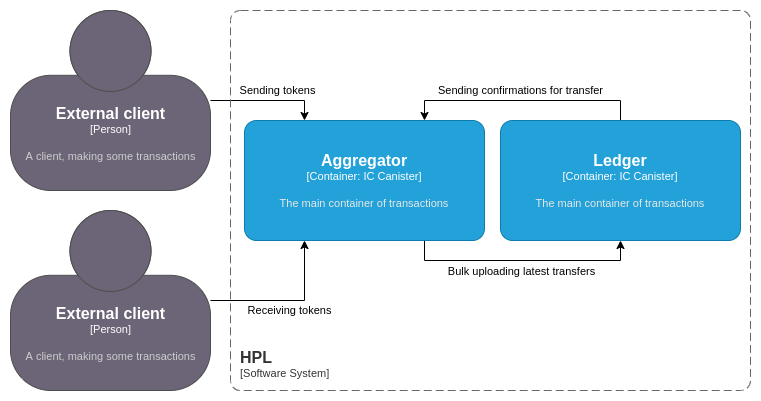
Above: .github/assets/container.drawio.png in research-ag/hpl (draw.io), before the change. Source tidied: cells renumbered, new cells last; positions are measured from the earlier drawing's top-left corner, leaving out a move shared by most shapes. Its diagram source:
```xml
<mxGraphModel>
  <root>
    <mxCell id="0" />
    <mxCell id="1" parent="0" />
    <mxCell id="2" value="Sending tokens" style="edgeStyle=orthogonalEdgeStyle;rounded=0;jettySize=auto;html=1;entryX=0.25;entryY=0;entryDx=0;entryDy=0;entryPerimeter=0;" parent="1" edge="1" source="3" target="11">
      <mxGeometry x="0.17" y="10" relative="1" as="geometry" />
    </mxCell>
    <object id="3" label="&lt;font style=&quot;font-size: 16px&quot;&gt;&lt;b&gt;%c4Name%&lt;/b&gt;&lt;/font&gt;&lt;div&gt;[%c4Type%]&lt;/div&gt;&lt;br&gt;&lt;div&gt;&lt;font style=&quot;font-size: 11px&quot;&gt;&lt;font color=&quot;#cccccc&quot;&gt;%c4Description%&lt;/font&gt;&lt;/div&gt;" c4Description="A client, making some transactions" c4Name="External client" c4Type="Person" placeholders="1">
      <mxCell style="html=1;fontSize=11;dashed=0;whitespace=wrap;fillColor=#6C6477;strokeColor=#4D4D4D;fontColor=#ffffff;shape=mxgraph.c4.person2;align=center;points=[[0.5,0,0],[1,0.5,0],[1,0.75,0],[0.75,1,0],[0.5,1,0],[0.25,1,0],[0,0.75,0],[0,0.5,0]];" parent="1" vertex="1">
        <mxGeometry width="200" height="180" as="geometry" />
      </mxCell>
    </object>
    <mxCell id="4" value="Receiving tokens" style="edgeStyle=orthogonalEdgeStyle;rounded=0;jettySize=auto;html=1;entryX=0.25;entryY=1;entryDx=0;entryDy=0;entryPerimeter=0;" parent="1" edge="1" source="5" target="11">
      <mxGeometry x="0.03" y="-10" relative="1" as="geometry" />
    </mxCell>
    <object id="5" label="&lt;font style=&quot;font-size: 16px&quot;&gt;&lt;b&gt;%c4Name%&lt;/b&gt;&lt;/font&gt;&lt;div&gt;[%c4Type%]&lt;/div&gt;&lt;br&gt;&lt;div&gt;&lt;font style=&quot;font-size: 11px&quot;&gt;&lt;font color=&quot;#cccccc&quot;&gt;%c4Description%&lt;/font&gt;&lt;/div&gt;" c4Description="A client, making some transactions" c4Name="External client" c4Type="Person" placeholders="1">
      <mxCell style="html=1;fontSize=11;dashed=0;whitespace=wrap;fillColor=#6C6477;strokeColor=#4D4D4D;fontColor=#ffffff;shape=mxgraph.c4.person2;align=center;points=[[0.5,0,0],[1,0.5,0],[1,0.75,0],[0.75,1,0],[0.5,1,0],[0.25,1,0],[0,0.75,0],[0,0.5,0]];" parent="1" vertex="1">
        <mxGeometry y="200" width="200" height="180" as="geometry" />
      </mxCell>
    </object>
    <object id="6" label="&lt;font style=&quot;font-size: 16px&quot;&gt;&lt;b&gt;&lt;div style=&quot;text-align: left&quot;&gt;%c4Name%&lt;/div&gt;&lt;/b&gt;&lt;/font&gt;&lt;div style=&quot;text-align: left&quot;&gt;[%c4Application%]&lt;/div&gt;" c4Application="Software System" c4Name="HPL" c4Type="SystemScopeBoundary" placeholders="1">
      <mxCell style="rounded=1;fontSize=11;whiteSpace=wrap;html=1;dashed=1;arcSize=20;fillColor=none;strokeColor=#666666;fontColor=#333333;labelBackgroundColor=none;align=left;verticalAlign=bottom;labelBorderColor=none;spacingTop=0;spacing=10;dashPattern=8 4;perimeter=rectanglePerimeter;noLabel=0;labelPadding=0;absoluteArcSize=1;" parent="1" vertex="1">
        <mxGeometry x="220" width="520" height="380" as="geometry" />
      </mxCell>
    </object>
    <mxCell id="7" value="Sending confirmations for transfer" style="edgeStyle=orthogonalEdgeStyle;rounded=0;jettySize=auto;html=1;entryX=0.75;entryY=0;entryDx=0;entryDy=0;entryPerimeter=0;exitX=0.5;exitY=0;exitDx=0;exitDy=0;exitPerimeter=0;" parent="1" edge="1" source="8" target="11">
      <mxGeometry x="0.02" y="-10" relative="1" as="geometry" />
    </mxCell>
    <object id="8" label="&lt;font style=&quot;font-size: 16px&quot;&gt;&lt;b&gt;%c4Name%&lt;/b&gt;&lt;/font&gt;&lt;div&gt;[%c4Type%: %c4Technology%]&lt;/div&gt;&lt;br&gt;&lt;div&gt;&lt;font style=&quot;font-size: 11px&quot;&gt;&lt;font color=&quot;#E6E6E6&quot;&gt;%c4Description%&lt;/font&gt;&lt;/div&gt;" c4Description="The main container of transactions" c4Name="Ledger" c4Technology="IC Canister" c4Type="Container" placeholders="1">
      <mxCell style="rounded=1;whiteSpace=wrap;html=1;fontSize=11;labelBackgroundColor=none;fillColor=#23A2D9;fontColor=#ffffff;align=center;arcSize=10;strokeColor=#0E7DAD;points=[[0.25,0,0],[0.5,0,0],[0.75,0,0],[1,0.25,0],[1,0.5,0],[1,0.75,0],[0.75,1,0],[0.5,1,0],[0.25,1,0],[0,0.75,0],[0,0.5,0],[0,0.25,0]];" parent="1" vertex="1">
        <mxGeometry x="490" y="110" width="240" height="120" as="geometry" />
      </mxCell>
    </object>
    <mxCell id="9" style="edgeStyle=orthogonalEdgeStyle;rounded=0;jettySize=auto;html=1;entryX=0.5;entryY=1;entryDx=0;entryDy=0;entryPerimeter=0;exitX=0.75;exitY=1;exitDx=0;exitDy=0;exitPerimeter=0;" parent="1" edge="1" source="11" target="8">
      <mxGeometry relative="1" as="geometry" />
    </mxCell>
    <mxCell id="10" value="Bulk uploading latest transfers" style="edgeLabel;html=1;align=center;verticalAlign=middle;" parent="9" vertex="1">
      <mxGeometry x="-0.08" y="-3" relative="1" as="geometry">
        <mxPoint x="8" y="7" as="offset" />
      </mxGeometry>
    </mxCell>
    <object id="11" label="&lt;font style=&quot;font-size: 16px&quot;&gt;&lt;b&gt;%c4Name%&lt;/b&gt;&lt;/font&gt;&lt;div&gt;[%c4Type%: %c4Technology%]&lt;/div&gt;&lt;br&gt;&lt;div&gt;&lt;font style=&quot;font-size: 11px&quot;&gt;&lt;font color=&quot;#E6E6E6&quot;&gt;%c4Description%&lt;/font&gt;&lt;/div&gt;" c4Description="The main container of transactions" c4Name="Aggregator" c4Technology="IC Canister" c4Type="Container" placeholders="1">
      <mxCell style="rounded=1;whiteSpace=wrap;html=1;fontSize=11;labelBackgroundColor=none;fillColor=#23A2D9;fontColor=#ffffff;align=center;arcSize=10;strokeColor=#0E7DAD;points=[[0.25,0,0],[0.5,0,0],[0.75,0,0],[1,0.25,0],[1,0.5,0],[1,0.75,0],[0.75,1,0],[0.5,1,0],[0.25,1,0],[0,0.75,0],[0,0.5,0],[0,0.25,0]];" parent="1" vertex="1">
        <mxGeometry x="234" y="110" width="240" height="120" as="geometry" />
      </mxCell>
    </object>
  </root>
</mxGraphModel>
```
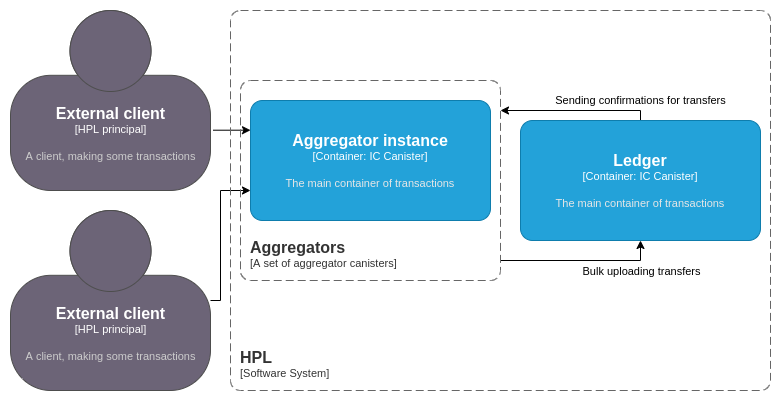
Above is the later version.

Change to the diagram source:
```diff
@@ -2,47 +2,67 @@
   <root>
     <mxCell id="0" />
     <mxCell id="1" parent="0" />
-    <mxCell id="2" value="Sending tokens" style="edgeStyle=orthogonalEdgeStyle;rounded=0;jettySize=auto;html=1;entryX=0.25;entryY=0;entryDx=0;entryDy=0;entryPerimeter=0;" parent="1" edge="1" source="3" target="11">
-      <mxGeometry x="0.17" y="10" relative="1" as="geometry" />
+    <mxCell id="2" style="edgeStyle=orthogonalEdgeStyle;rounded=0;jettySize=auto;html=1;entryX=0;entryY=0.25;entryDx=0;entryDy=0;entryPerimeter=0;exitX=1.013;exitY=0.665;exitDx=0;exitDy=0;exitPerimeter=0;" parent="1" edge="1" source="3" target="11">
+      <mxGeometry x="0.65" y="-20" relative="1" as="geometry">
+        <mxPoint x="20" y="-20" as="offset" />
+      </mxGeometry>
     </mxCell>
-    <object id="3" label="&lt;font style=&quot;font-size: 16px&quot;&gt;&lt;b&gt;%c4Name%&lt;/b&gt;&lt;/font&gt;&lt;div&gt;[%c4Type%]&lt;/div&gt;&lt;br&gt;&lt;div&gt;&lt;font style=&quot;font-size: 11px&quot;&gt;&lt;font color=&quot;#cccccc&quot;&gt;%c4Description%&lt;/font&gt;&lt;/div&gt;" c4Description="A client, making some transactions" c4Name="External client" c4Type="Person" placeholders="1">
+    <object id="3" label="&lt;font style=&quot;font-size: 16px&quot;&gt;&lt;b&gt;%c4Name%&lt;/b&gt;&lt;/font&gt;&lt;div&gt;[%c4Type%]&lt;/div&gt;&lt;br&gt;&lt;div&gt;&lt;font style=&quot;font-size: 11px&quot;&gt;&lt;font color=&quot;#cccccc&quot;&gt;%c4Description%&lt;/font&gt;&lt;/div&gt;" c4Description="A client, making some transactions" c4Name="External client" c4Type="HPL principal" placeholders="1">
       <mxCell style="html=1;fontSize=11;dashed=0;whitespace=wrap;fillColor=#6C6477;strokeColor=#4D4D4D;fontColor=#ffffff;shape=mxgraph.c4.person2;align=center;points=[[0.5,0,0],[1,0.5,0],[1,0.75,0],[0.75,1,0],[0.5,1,0],[0.25,1,0],[0,0.75,0],[0,0.5,0]];" parent="1" vertex="1">
         <mxGeometry width="200" height="180" as="geometry" />
       </mxCell>
     </object>
-    <mxCell id="4" value="Receiving tokens" style="edgeStyle=orthogonalEdgeStyle;rounded=0;jettySize=auto;html=1;entryX=0.25;entryY=1;entryDx=0;entryDy=0;entryPerimeter=0;" parent="1" edge="1" source="5" target="11">
-      <mxGeometry x="0.03" y="-10" relative="1" as="geometry" />
+    <mxCell id="4" style="edgeStyle=orthogonalEdgeStyle;rounded=0;jettySize=auto;html=1;entryX=0;entryY=0.75;entryDx=0;entryDy=0;entryPerimeter=0;exitX=1;exitY=0.5;exitDx=0;exitDy=0;exitPerimeter=0;" parent="1" edge="1" source="5" target="11">
+      <mxGeometry x="0.22" y="-20" relative="1" as="geometry">
+        <Array as="points">
+          <mxPoint x="210" y="290" />
+          <mxPoint x="210" y="180" />
+        </Array>
+        <mxPoint x="-20" y="20" as="offset" />
+      </mxGeometry>
     </mxCell>
-    <object id="5" label="&lt;font style=&quot;font-size: 16px&quot;&gt;&lt;b&gt;%c4Name%&lt;/b&gt;&lt;/font&gt;&lt;div&gt;[%c4Type%]&lt;/div&gt;&lt;br&gt;&lt;div&gt;&lt;font style=&quot;font-size: 11px&quot;&gt;&lt;font color=&quot;#cccccc&quot;&gt;%c4Description%&lt;/font&gt;&lt;/div&gt;" c4Description="A client, making some transactions" c4Name="External client" c4Type="Person" placeholders="1">
+    <object id="5" label="&lt;font style=&quot;font-size: 16px&quot;&gt;&lt;b&gt;%c4Name%&lt;/b&gt;&lt;/font&gt;&lt;div&gt;[%c4Type%]&lt;/div&gt;&lt;br&gt;&lt;div&gt;&lt;font style=&quot;font-size: 11px&quot;&gt;&lt;font color=&quot;#cccccc&quot;&gt;%c4Description%&lt;/font&gt;&lt;/div&gt;" c4Description="A client, making some transactions" c4Name="External client" c4Type="HPL principal" placeholders="1">
       <mxCell style="html=1;fontSize=11;dashed=0;whitespace=wrap;fillColor=#6C6477;strokeColor=#4D4D4D;fontColor=#ffffff;shape=mxgraph.c4.person2;align=center;points=[[0.5,0,0],[1,0.5,0],[1,0.75,0],[0.75,1,0],[0.5,1,0],[0.25,1,0],[0,0.75,0],[0,0.5,0]];" parent="1" vertex="1">
         <mxGeometry y="200" width="200" height="180" as="geometry" />
       </mxCell>
     </object>
     <object id="6" label="&lt;font style=&quot;font-size: 16px&quot;&gt;&lt;b&gt;&lt;div style=&quot;text-align: left&quot;&gt;%c4Name%&lt;/div&gt;&lt;/b&gt;&lt;/font&gt;&lt;div style=&quot;text-align: left&quot;&gt;[%c4Application%]&lt;/div&gt;" c4Application="Software System" c4Name="HPL" c4Type="SystemScopeBoundary" placeholders="1">
       <mxCell style="rounded=1;fontSize=11;whiteSpace=wrap;html=1;dashed=1;arcSize=20;fillColor=none;strokeColor=#666666;fontColor=#333333;labelBackgroundColor=none;align=left;verticalAlign=bottom;labelBorderColor=none;spacingTop=0;spacing=10;dashPattern=8 4;perimeter=rectanglePerimeter;noLabel=0;labelPadding=0;absoluteArcSize=1;" parent="1" vertex="1">
-        <mxGeometry x="220" width="520" height="380" as="geometry" />
+        <mxGeometry x="220" width="540" height="380" as="geometry" />
       </mxCell>
     </object>
-    <mxCell id="7" value="Sending confirmations for transfer" style="edgeStyle=orthogonalEdgeStyle;rounded=0;jettySize=auto;html=1;entryX=0.75;entryY=0;entryDx=0;entryDy=0;entryPerimeter=0;exitX=0.5;exitY=0;exitDx=0;exitDy=0;exitPerimeter=0;" parent="1" edge="1" source="8" target="11">
-      <mxGeometry x="0.02" y="-10" relative="1" as="geometry" />
+    <mxCell id="7" value="Sending confirmations for transfers" style="edgeStyle=orthogonalEdgeStyle;rounded=0;jettySize=auto;html=1;exitX=0.5;exitY=0;exitDx=0;exitDy=0;exitPerimeter=0;" parent="1" edge="1" source="8">
+      <mxGeometry x="-0.87" y="-10" relative="1" as="geometry">
+        <mxPoint x="490" y="100" as="targetPoint" />
+        <Array as="points">
+          <mxPoint x="630" y="100" />
+        </Array>
+      </mxGeometry>
     </mxCell>
     <object id="8" label="&lt;font style=&quot;font-size: 16px&quot;&gt;&lt;b&gt;%c4Name%&lt;/b&gt;&lt;/font&gt;&lt;div&gt;[%c4Type%: %c4Technology%]&lt;/div&gt;&lt;br&gt;&lt;div&gt;&lt;font style=&quot;font-size: 11px&quot;&gt;&lt;font color=&quot;#E6E6E6&quot;&gt;%c4Description%&lt;/font&gt;&lt;/div&gt;" c4Description="The main container of transactions" c4Name="Ledger" c4Technology="IC Canister" c4Type="Container" placeholders="1">
       <mxCell style="rounded=1;whiteSpace=wrap;html=1;fontSize=11;labelBackgroundColor=none;fillColor=#23A2D9;fontColor=#ffffff;align=center;arcSize=10;strokeColor=#0E7DAD;points=[[0.25,0,0],[0.5,0,0],[0.75,0,0],[1,0.25,0],[1,0.5,0],[1,0.75,0],[0.75,1,0],[0.5,1,0],[0.25,1,0],[0,0.75,0],[0,0.5,0],[0,0.25,0]];" parent="1" vertex="1">
-        <mxGeometry x="490" y="110" width="240" height="120" as="geometry" />
+        <mxGeometry x="510" y="110" width="240" height="120" as="geometry" />
       </mxCell>
     </object>
-    <mxCell id="9" style="edgeStyle=orthogonalEdgeStyle;rounded=0;jettySize=auto;html=1;entryX=0.5;entryY=1;entryDx=0;entryDy=0;entryPerimeter=0;exitX=0.75;exitY=1;exitDx=0;exitDy=0;exitPerimeter=0;" parent="1" edge="1" source="11" target="8">
-      <mxGeometry relative="1" as="geometry" />
+    <mxCell id="9" style="edgeStyle=orthogonalEdgeStyle;rounded=0;jettySize=auto;html=1;entryX=0.5;entryY=1;entryDx=0;entryDy=0;entryPerimeter=0;" parent="1" edge="1" target="8">
+      <mxGeometry relative="1" as="geometry">
+        <mxPoint x="490" y="250" as="sourcePoint" />
+      </mxGeometry>
     </mxCell>
-    <mxCell id="10" value="Bulk uploading latest transfers" style="edgeLabel;html=1;align=center;verticalAlign=middle;" parent="9" vertex="1">
+    <mxCell id="10" value="Bulk uploading transfers" style="edgeLabel;html=1;align=center;verticalAlign=middle;" parent="9" vertex="1">
       <mxGeometry x="-0.08" y="-3" relative="1" as="geometry">
-        <mxPoint x="8" y="7" as="offset" />
+        <mxPoint x="67" y="7" as="offset" />
       </mxGeometry>
     </mxCell>
-    <object id="11" label="&lt;font style=&quot;font-size: 16px&quot;&gt;&lt;b&gt;%c4Name%&lt;/b&gt;&lt;/font&gt;&lt;div&gt;[%c4Type%: %c4Technology%]&lt;/div&gt;&lt;br&gt;&lt;div&gt;&lt;font style=&quot;font-size: 11px&quot;&gt;&lt;font color=&quot;#E6E6E6&quot;&gt;%c4Description%&lt;/font&gt;&lt;/div&gt;" c4Description="The main container of transactions" c4Name="Aggregator" c4Technology="IC Canister" c4Type="Container" placeholders="1">
+    <object id="11" label="&lt;font style=&quot;font-size: 16px&quot;&gt;&lt;b&gt;%c4Name%&lt;/b&gt;&lt;/font&gt;&lt;div&gt;[%c4Type%: %c4Technology%]&lt;/div&gt;&lt;br&gt;&lt;div&gt;&lt;font style=&quot;font-size: 11px&quot;&gt;&lt;font color=&quot;#E6E6E6&quot;&gt;%c4Description%&lt;/font&gt;&lt;/div&gt;" c4Description="The main container of transactions" c4Name="Aggregator instance" c4Technology="IC Canister" c4Type="Container" placeholders="1">
       <mxCell style="rounded=1;whiteSpace=wrap;html=1;fontSize=11;labelBackgroundColor=none;fillColor=#23A2D9;fontColor=#ffffff;align=center;arcSize=10;strokeColor=#0E7DAD;points=[[0.25,0,0],[0.5,0,0],[0.75,0,0],[1,0.25,0],[1,0.5,0],[1,0.75,0],[0.75,1,0],[0.5,1,0],[0.25,1,0],[0,0.75,0],[0,0.5,0],[0,0.25,0]];" parent="1" vertex="1">
-        <mxGeometry x="234" y="110" width="240" height="120" as="geometry" />
+        <mxGeometry x="240" y="90" width="240" height="120" as="geometry" />
       </mxCell>
     </object>
+    <object id="12" label="&lt;font style=&quot;font-size: 16px&quot;&gt;&lt;b&gt;&lt;div style=&quot;text-align: left&quot;&gt;%c4Name%&lt;/div&gt;&lt;/b&gt;&lt;/font&gt;&lt;div style=&quot;text-align: left&quot;&gt;[%c4Application%]&lt;/div&gt;" c4Application="A set of aggregator canisters" c4Name="Aggregators" c4Type="SystemScopeBoundary" placeholders="1">
+      <mxCell style="rounded=1;fontSize=11;whiteSpace=wrap;html=1;dashed=1;arcSize=20;fillColor=none;strokeColor=#666666;fontColor=#333333;labelBackgroundColor=none;align=left;verticalAlign=bottom;labelBorderColor=none;spacingTop=0;spacing=10;dashPattern=8 4;perimeter=rectanglePerimeter;noLabel=0;labelPadding=0;absoluteArcSize=1;" parent="1" vertex="1">
+        <mxGeometry x="230" y="70" width="260" height="200" as="geometry" />
+      </mxCell>
+    </object>
   </root>
 </mxGraphModel>
```
